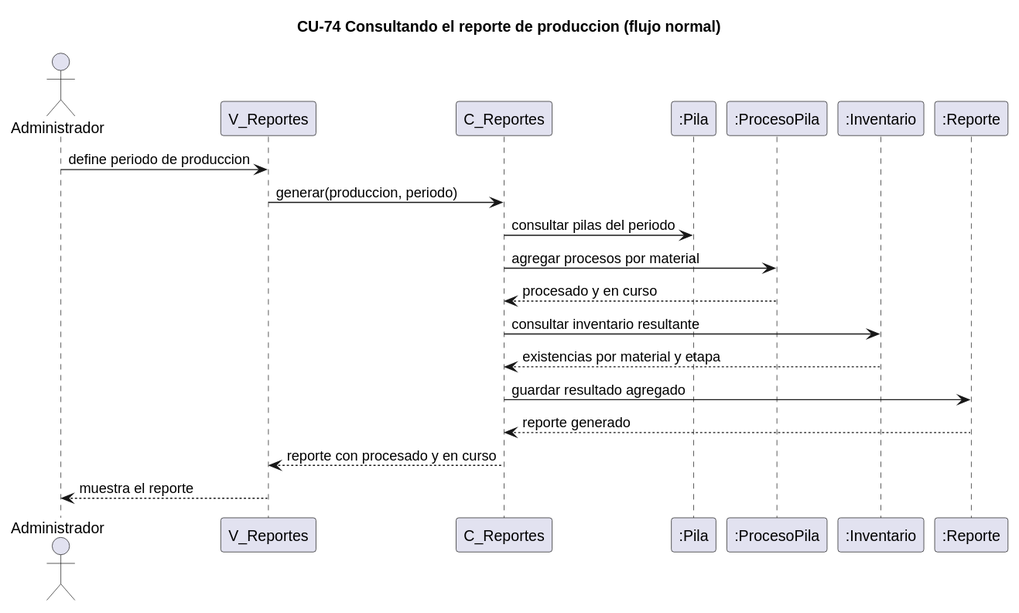
Above: docs/trabajo-grupal/diagramas/secuencias/cu74-reporte-produccion-normal.svg in kenjikaese/Triverde (PlantUML), before the change.
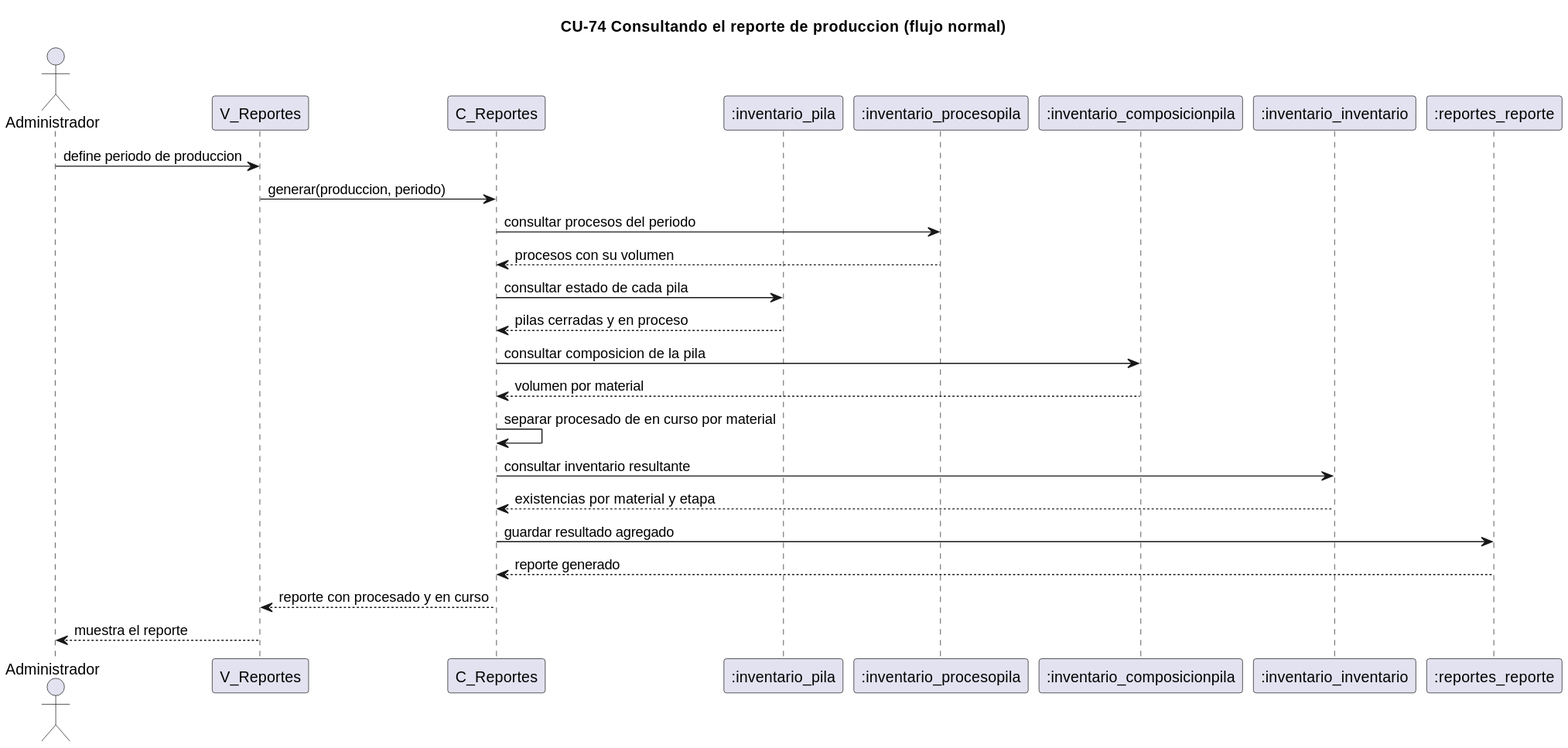
The same file after the commit.

What changed in the source:
```diff
@@ -3,15 +3,20 @@
 actor Administrador
 participant "V_Reportes" as V
 participant "C_Reportes" as C
-participant ":Pila" as P
-participant ":ProcesoPila" as PP
-participant ":Inventario" as I
-participant ":Reporte" as REP
+participant ":inventario_pila" as P
+participant ":inventario_procesopila" as PP
+participant ":inventario_composicionpila" as CP
+participant ":inventario_inventario" as I
+participant ":reportes_reporte" as REP
 Administrador -> V : define periodo de produccion
 V -> C : generar(produccion, periodo)
-C -> P : consultar pilas del periodo
-C -> PP : agregar procesos por material
-PP --> C : procesado y en curso
+C -> PP : consultar procesos del periodo
+PP --> C : procesos con su volumen
+C -> P : consultar estado de cada pila
+P --> C : pilas cerradas y en proceso
+C -> CP : consultar composicion de la pila
+CP --> C : volumen por material
+C -> C : separar procesado de en curso por material
 C -> I : consultar inventario resultante
 I --> C : existencias por material y etapa
 C -> REP : guardar resultado agregado
```
